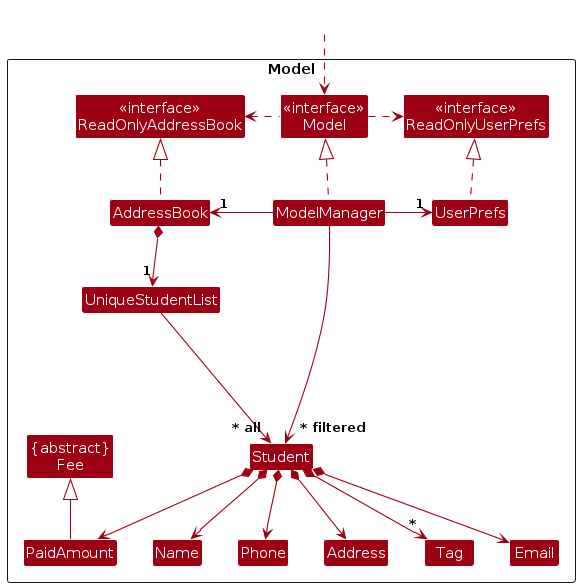
The PlantUML diagram diagrams/ModelClassDiagram.png in Soumyadip-cmd/tp, before a commit. Its source is kept beside it as diagrams/ModelClassDiagram.puml.
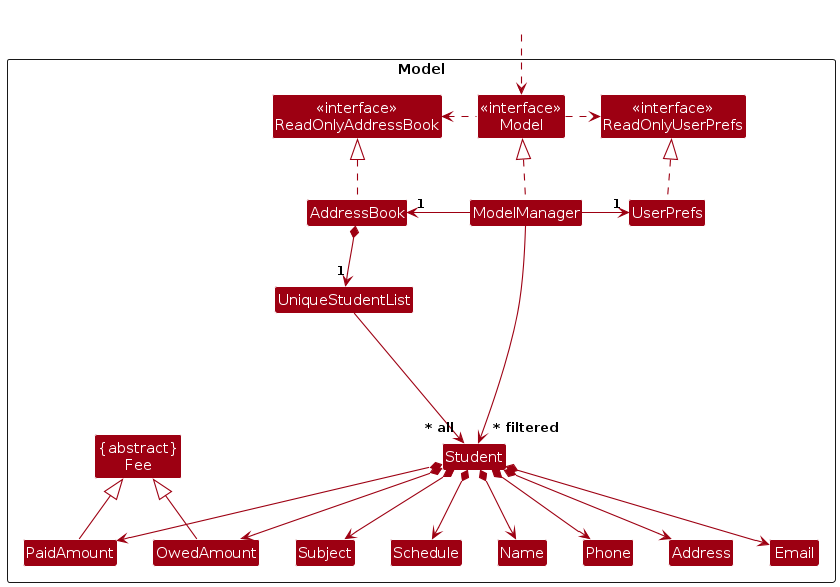
The same file after the commit.

The edit, as a diff of the source:
```diff
@@ -18,9 +18,11 @@
 Class Email
 Class Name
 Class Phone
-Class Tag
+Class Subject
+Class Schedule
 Class "{abstract}\nFee" as Fee
 Class PaidAmount
+Class OwedAmount
 
 Class I #FFFFFF
 }
@@ -43,9 +45,12 @@
 Student *--> Phone
 Student *--> Email
 Student *--> Address
-Student *--> "*" Tag
+Student *--> Schedule
+Student *--> Subject
 Student *--> PaidAmount
+Student *--> OwedAmount
 PaidAmount -up-|> Fee
+OwedAmount -up-|> Fee
 
 
 Student -[hidden]up--> I
```
